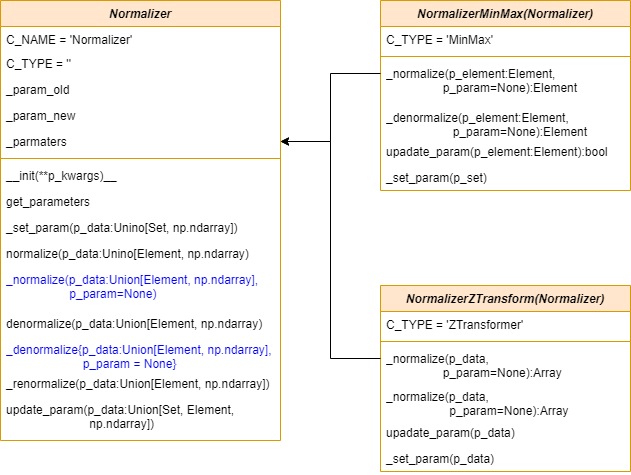
Before: doc/rtd/content/append2/core/images/bf/MLPro-BF-Math-Normalizers_class_diagram.drawio.png, a diagram exported from draw.io (fhswf/MLPro). Source tidied: cells renumbered, new cells last; positions are measured from the earlier drawing's top-left corner, leaving out a move shared by most shapes.
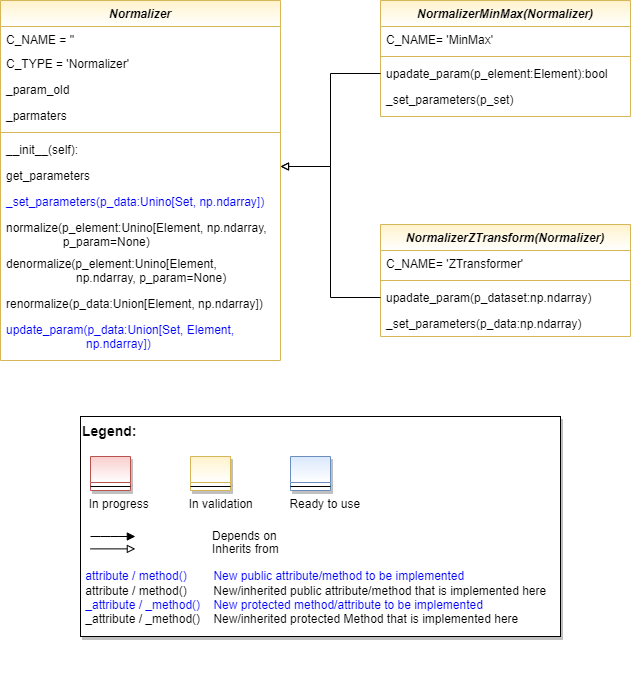
Later version of the same file.

Diff of the diagram source:
```diff
@@ -2,113 +2,134 @@
   <root>
     <mxCell id="0" />
     <mxCell id="1" parent="0" />
-    <mxCell id="2" value="Normalizer" style="swimlane;fontStyle=3;align=center;verticalAlign=top;horizontal=1;startSize=26;rounded=0;shadow=0;strokeWidth=1;fillColor=#ffe6cc;strokeColor=#d79b00;" parent="1" vertex="1">
-      <mxGeometry width="280" height="440" as="geometry" />
+    <mxCell id="2" value="Normalizer" style="swimlane;fontStyle=3;align=center;verticalAlign=top;horizontal=1;startSize=26;rounded=0;shadow=0;strokeWidth=1;fillColor=#fff2cc;strokeColor=#d6b656;gradientColor=#FFFFFF;" parent="1" vertex="1">
+      <mxGeometry width="280" height="360" as="geometry" />
     </mxCell>
-    <mxCell id="3" value="C_NAME = 'Normalizer'" style="text;align=left;verticalAlign=top;spacingLeft=4;spacingRight=4;overflow=hidden;" parent="2" vertex="1">
+    <mxCell id="3" value="C_NAME = ''" style="text;align=left;verticalAlign=top;spacingLeft=4;spacingRight=4;overflow=hidden;" parent="2" vertex="1">
       <mxGeometry y="26" width="280" height="24" as="geometry" />
     </mxCell>
-    <mxCell id="4" value="C_TYPE = ''" style="text;align=left;verticalAlign=top;spacingLeft=4;spacingRight=4;overflow=hidden;rounded=0;shadow=0;html=0;" parent="2" vertex="1">
+    <mxCell id="4" value="C_TYPE = 'Normalizer'" style="text;align=left;verticalAlign=top;spacingLeft=4;spacingRight=4;overflow=hidden;rounded=0;shadow=0;html=0;" parent="2" vertex="1">
       <mxGeometry y="50" width="280" height="26" as="geometry" />
     </mxCell>
     <mxCell id="5" value="_param_old" style="text;align=left;verticalAlign=top;spacingLeft=4;spacingRight=4;overflow=hidden;rounded=0;shadow=0;html=0;" parent="2" vertex="1">
       <mxGeometry y="76" width="280" height="26" as="geometry" />
     </mxCell>
-    <mxCell id="6" value="_param_new" style="text;align=left;verticalAlign=top;spacingLeft=4;spacingRight=4;overflow=hidden;rounded=0;shadow=0;html=0;" parent="2" vertex="1">
-      <mxGeometry y="102" width="280" height="26" as="geometry" />
-    </mxCell>
     <mxCell id="7" value="_parmaters" style="text;align=left;verticalAlign=top;spacingLeft=4;spacingRight=4;overflow=hidden;points=[[0,0.5],[1,0.5]];portConstraint=eastwest;rounded=0;shadow=0;html=0;" parent="2" vertex="1">
-      <mxGeometry y="128" width="280" height="26" as="geometry" />
+      <mxGeometry y="102" width="280" height="26" as="geometry" />
     </mxCell>
-    <mxCell id="8" style="line;html=1;strokeWidth=1;align=left;verticalAlign=middle;spacingTop=-1;spacingLeft=3;spacingRight=3;labelPosition=right;fillColor=#ffe6cc;strokeColor=#d79b00;" parent="2" vertex="1">
-      <mxGeometry y="154" width="280" height="8" as="geometry" />
+    <mxCell id="8" style="line;html=1;strokeWidth=1;align=left;verticalAlign=middle;spacingTop=-1;spacingLeft=3;spacingRight=3;labelPosition=right;fillColor=#fff2cc;strokeColor=#d6b656;gradientColor=#FFFFFF;" parent="2" vertex="1">
+      <mxGeometry y="128" width="280" height="8" as="geometry" />
     </mxCell>
-    <mxCell id="9" value="__init(**p_kwargs)__" style="text;align=left;verticalAlign=top;spacingLeft=4;spacingRight=4;overflow=hidden;" parent="2" vertex="1">
-      <mxGeometry y="162" width="280" height="26" as="geometry" />
+    <mxCell id="9" value="__init__(self):" style="text;align=left;verticalAlign=top;spacingLeft=4;spacingRight=4;overflow=hidden;" parent="2" vertex="1">
+      <mxGeometry y="136" width="280" height="26" as="geometry" />
     </mxCell>
     <mxCell id="10" value="get_parameters" style="text;align=left;verticalAlign=top;spacingLeft=4;spacingRight=4;overflow=hidden;" parent="2" vertex="1">
-      <mxGeometry y="188" width="280" height="26" as="geometry" />
+      <mxGeometry y="162" width="280" height="26" as="geometry" />
     </mxCell>
-    <mxCell id="11" value="_set_param(p_data:Unino[Set, np.ndarray])" style="text;align=left;verticalAlign=top;spacingLeft=4;spacingRight=4;overflow=hidden;fontColor=#000000;" parent="2" vertex="1">
-      <mxGeometry y="214" width="280" height="26" as="geometry" />
+    <mxCell id="11" value="_set_parameters(p_data:Unino[Set, np.ndarray])" style="text;align=left;verticalAlign=top;spacingLeft=4;spacingRight=4;overflow=hidden;fontColor=#0000FF;" parent="2" vertex="1">
+      <mxGeometry y="188" width="280" height="26" as="geometry" />
     </mxCell>
-    <mxCell id="12" value="normalize(p_data:Unino[Element, np.ndarray)" style="text;align=left;verticalAlign=top;spacingLeft=4;spacingRight=4;overflow=hidden;" parent="2" vertex="1">
-      <mxGeometry y="240" width="280" height="26" as="geometry" />
+    <mxCell id="12" value="normalize(p_element:Unino[Element, np.ndarray,                  p_param=None)" style="text;align=left;verticalAlign=top;spacingLeft=4;spacingRight=4;overflow=hidden;whiteSpace=wrap;" parent="2" vertex="1">
+      <mxGeometry y="214" width="280" height="36" as="geometry" />
     </mxCell>
-    <mxCell id="13" value="_normalize(p_data:Union[Element, np.ndarray],                         p_param=None)" style="text;align=left;verticalAlign=top;spacingLeft=4;spacingRight=4;overflow=hidden;fontColor=#0000FF;whiteSpace=wrap;" parent="2" vertex="1">
-      <mxGeometry y="266" width="280" height="44" as="geometry" />
-    </mxCell>
-    <mxCell id="14" value="denormalize(p_data:Union[Element, np.ndarray)" style="text;align=left;verticalAlign=top;spacingLeft=4;spacingRight=4;overflow=hidden;" parent="2" vertex="1">
-      <mxGeometry y="310" width="280" height="26" as="geometry" />
+    <mxCell id="14" value="denormalize(p_element:Unino[Element,                      np.ndarray, p_param=None)" style="text;align=left;verticalAlign=top;spacingLeft=4;spacingRight=4;overflow=hidden;whiteSpace=wrap;" parent="2" vertex="1">
+      <mxGeometry y="250" width="280" height="40" as="geometry" />
     </mxCell>
-    <mxCell id="15" value="_denormalize{p_data:Union[Element, np.ndarray],                         p_param = None}" style="text;align=left;verticalAlign=top;spacingLeft=4;spacingRight=4;overflow=hidden;fontColor=#0000FF;whiteSpace=wrap;" parent="2" vertex="1">
-      <mxGeometry y="336" width="280" height="34" as="geometry" />
-    </mxCell>
-    <mxCell id="16" value="_renormalize(p_data:Union[Element, np.ndarray])" style="text;align=left;verticalAlign=top;spacingLeft=4;spacingRight=4;overflow=hidden;fontColor=#000000;" parent="2" vertex="1">
-      <mxGeometry y="370" width="280" height="26" as="geometry" />
+    <mxCell id="16" value="renormalize(p_data:Union[Element, np.ndarray])" style="text;align=left;verticalAlign=top;spacingLeft=4;spacingRight=4;overflow=hidden;fontColor=#000000;" parent="2" vertex="1">
+      <mxGeometry y="290" width="280" height="26" as="geometry" />
     </mxCell>
-    <mxCell id="17" value="update_param(p_data:Union[Set, Element,                                     np.ndarray])" style="text;align=left;verticalAlign=top;spacingLeft=4;spacingRight=4;overflow=hidden;fontColor=#000000;whiteSpace=wrap;" parent="2" vertex="1">
-      <mxGeometry y="396" width="280" height="44" as="geometry" />
+    <mxCell id="17" value="update_param(p_data:Union[Set, Element,                         np.ndarray])" style="text;align=left;verticalAlign=top;spacingLeft=4;spacingRight=4;overflow=hidden;fontColor=#0000FF;whiteSpace=wrap;" parent="2" vertex="1">
+      <mxGeometry y="316" width="280" height="44" as="geometry" />
     </mxCell>
-    <mxCell id="18" value="NormalizerMinMax(Normalizer)" style="swimlane;fontStyle=3;align=center;verticalAlign=top;horizontal=1;startSize=26;rounded=0;shadow=0;strokeWidth=1;fillColor=#ffe6cc;strokeColor=#d79b00;" parent="1" vertex="1">
-      <mxGeometry x="380" width="250" height="190" as="geometry" />
+    <mxCell id="18" value="NormalizerMinMax(Normalizer)" style="swimlane;fontStyle=3;align=center;verticalAlign=top;horizontal=1;startSize=26;rounded=0;shadow=0;strokeWidth=1;fillColor=#fff2cc;strokeColor=#d6b656;gradientColor=#FFFFFF;" parent="1" vertex="1">
+      <mxGeometry x="380" width="250" height="116" as="geometry" />
     </mxCell>
-    <mxCell id="19" value="C_TYPE = 'MinMax'" style="text;align=left;verticalAlign=top;spacingLeft=4;spacingRight=4;overflow=hidden;rounded=0;shadow=0;html=0;" parent="18" vertex="1">
+    <mxCell id="19" value="C_NAME= 'MinMax'" style="text;align=left;verticalAlign=top;spacingLeft=4;spacingRight=4;overflow=hidden;rounded=0;shadow=0;html=0;" parent="18" vertex="1">
       <mxGeometry y="26" width="250" height="26" as="geometry" />
     </mxCell>
-    <mxCell id="20" style="line;html=1;strokeWidth=1;align=left;verticalAlign=middle;spacingTop=-1;spacingLeft=3;spacingRight=3;labelPosition=right;fillColor=#ffe6cc;strokeColor=#d79b00;" parent="18" vertex="1">
+    <mxCell id="20" style="line;html=1;strokeWidth=1;align=left;verticalAlign=middle;spacingTop=-1;spacingLeft=3;spacingRight=3;labelPosition=right;fillColor=#fff2cc;strokeColor=#d6b656;gradientColor=#FFFFFF;" parent="18" vertex="1">
       <mxGeometry y="52" width="250" height="8" as="geometry" />
     </mxCell>
-    <mxCell id="21" value="_normalize(p_element:Element,                                      p_param=None):Element" style="text;align=left;verticalAlign=top;spacingLeft=4;spacingRight=4;overflow=hidden;fontColor=#000000;whiteSpace=wrap;" parent="18" vertex="1">
-      <mxGeometry y="60" width="250" height="44" as="geometry" />
-    </mxCell>
-    <mxCell id="22" value="_denormalize(p_element:Element,                                    p_param=None):Element" style="text;align=left;verticalAlign=top;spacingLeft=4;spacingRight=4;overflow=hidden;fontColor=#000000;whiteSpace=wrap;" parent="18" vertex="1">
-      <mxGeometry y="104" width="250" height="34" as="geometry" />
-    </mxCell>
     <mxCell id="23" value="upadate_param(p_element:Element):bool" style="text;align=left;verticalAlign=top;spacingLeft=4;spacingRight=4;overflow=hidden;fontColor=#000000;" parent="18" vertex="1">
-      <mxGeometry y="138" width="250" height="26" as="geometry" />
+      <mxGeometry y="60" width="250" height="26" as="geometry" />
     </mxCell>
-    <mxCell id="24" value="_set_param(p_set)" style="text;align=left;verticalAlign=top;spacingLeft=4;spacingRight=4;overflow=hidden;fontColor=#000000;" parent="18" vertex="1">
-      <mxGeometry y="164" width="250" height="26" as="geometry" />
+    <mxCell id="24" value="_set_parameters(p_set)" style="text;align=left;verticalAlign=top;spacingLeft=4;spacingRight=4;overflow=hidden;fontColor=#000000;" parent="18" vertex="1">
+      <mxGeometry y="86" width="250" height="26" as="geometry" />
     </mxCell>
-    <mxCell id="25" style="edgeStyle=orthogonalEdgeStyle;rounded=0;jettySize=auto;html=1;fontColor=#000000;" parent="1" edge="1" target="7">
+    <mxCell id="25" style="edgeStyle=orthogonalEdgeStyle;rounded=0;orthogonalLoop=1;jettySize=auto;html=1;fontColor=#000000;endArrow=block;endFill=0;" parent="1" edge="1">
       <mxGeometry relative="1" as="geometry">
         <mxPoint x="380" y="73" as="sourcePoint" />
+        <mxPoint x="280" y="166" as="targetPoint" />
         <Array as="points">
           <mxPoint x="330" y="73" />
-          <mxPoint x="330" y="141" />
+          <mxPoint x="330" y="166" />
         </Array>
       </mxGeometry>
     </mxCell>
-    <mxCell id="26" value="NormalizerZTransform(Normalizer)" style="swimlane;fontStyle=3;align=center;verticalAlign=top;horizontal=1;startSize=26;rounded=0;shadow=0;strokeWidth=1;fillColor=#ffe6cc;strokeColor=#d79b00;" parent="1" vertex="1">
-      <mxGeometry x="380" y="285" width="250" height="186" as="geometry" />
+    <mxCell id="26" value="NormalizerZTransform(Normalizer)" style="swimlane;fontStyle=3;align=center;verticalAlign=top;horizontal=1;startSize=26;rounded=0;shadow=0;strokeWidth=1;fillColor=#fff2cc;strokeColor=#d6b656;gradientColor=#FFFFFF;" parent="1" vertex="1">
+      <mxGeometry x="380" y="224" width="250" height="112" as="geometry" />
     </mxCell>
-    <mxCell id="27" value="C_TYPE = 'ZTransformer'" style="text;align=left;verticalAlign=top;spacingLeft=4;spacingRight=4;overflow=hidden;rounded=0;shadow=0;html=0;" parent="26" vertex="1">
+    <mxCell id="27" value="C_NAME= 'ZTransformer'" style="text;align=left;verticalAlign=top;spacingLeft=4;spacingRight=4;overflow=hidden;rounded=0;shadow=0;html=0;" parent="26" vertex="1">
       <mxGeometry y="26" width="250" height="26" as="geometry" />
     </mxCell>
-    <mxCell id="28" style="line;html=1;strokeWidth=1;align=left;verticalAlign=middle;spacingTop=-1;spacingLeft=3;spacingRight=3;labelPosition=right;fillColor=#ffe6cc;strokeColor=#d79b00;" parent="26" vertex="1">
+    <mxCell id="28" style="line;html=1;strokeWidth=1;align=left;verticalAlign=middle;spacingTop=-1;spacingLeft=3;spacingRight=3;labelPosition=right;fillColor=#fff2cc;strokeColor=#d6b656;gradientColor=#FFFFFF;" parent="26" vertex="1">
       <mxGeometry y="52" width="250" height="8" as="geometry" />
     </mxCell>
-    <mxCell id="29" value="_normalize(p_data,                                                           p_param=None):Array" style="text;align=left;verticalAlign=top;spacingLeft=4;spacingRight=4;overflow=hidden;fontColor=#000000;whiteSpace=wrap;" parent="26" vertex="1">
-      <mxGeometry y="60" width="250" height="38" as="geometry" />
-    </mxCell>
-    <mxCell id="30" value="_normalize(p_data,                                                      p_param=None):Array" style="text;align=left;verticalAlign=top;spacingLeft=4;spacingRight=4;overflow=hidden;fontColor=#000000;whiteSpace=wrap;" parent="26" vertex="1">
-      <mxGeometry y="98" width="250" height="36" as="geometry" />
-    </mxCell>
-    <mxCell id="31" value="upadate_param(p_data)" style="text;align=left;verticalAlign=top;spacingLeft=4;spacingRight=4;overflow=hidden;points=[[0,0.5],[1,0.5]];portConstraint=eastwest;fontColor=#000000;" parent="26" vertex="1">
-      <mxGeometry y="134" width="250" height="26" as="geometry" />
+    <mxCell id="31" value="upadate_param(p_dataset:np.ndarray)" style="text;align=left;verticalAlign=top;spacingLeft=4;spacingRight=4;overflow=hidden;points=[[0,0.5],[1,0.5]];portConstraint=eastwest;fontColor=#000000;" parent="26" vertex="1">
+      <mxGeometry y="60" width="250" height="26" as="geometry" />
     </mxCell>
-    <mxCell id="32" value="_set_param(p_data)" style="text;align=left;verticalAlign=top;spacingLeft=4;spacingRight=4;overflow=hidden;fontColor=#000000;" parent="26" vertex="1">
-      <mxGeometry y="160" width="250" height="26" as="geometry" />
+    <mxCell id="32" value="_set_parameters(p_data:np.ndarray)" style="text;align=left;verticalAlign=top;spacingLeft=4;spacingRight=4;overflow=hidden;fontColor=#000000;" parent="26" vertex="1">
+      <mxGeometry y="86" width="250" height="26" as="geometry" />
     </mxCell>
-    <mxCell id="33" style="edgeStyle=orthogonalEdgeStyle;rounded=0;jettySize=auto;html=1;fontColor=#000000;entryX=1;entryY=0.5;entryDx=0;entryDy=0;" parent="1" edge="1" target="7">
+    <mxCell id="33" style="edgeStyle=orthogonalEdgeStyle;rounded=0;jettySize=auto;html=1;fontColor=#000000;endArrow=block;endFill=0;exitX=0;exitY=0.5;exitDx=0;exitDy=0;" parent="1" edge="1" source="31">
       <mxGeometry relative="1" as="geometry">
-        <mxPoint x="380" y="358" as="sourcePoint" />
+        <mxPoint x="280" y="166" as="targetPoint" />
         <Array as="points">
-          <mxPoint x="330" y="358" />
-          <mxPoint x="330" y="141" />
+          <mxPoint x="330" y="297" />
+          <mxPoint x="330" y="166" />
         </Array>
       </mxGeometry>
     </mxCell>
+    <mxCell id="34" style="group;" parent="1" vertex="1">
+      <mxGeometry x="80" y="416" width="480" height="220" as="geometry" />
+    </mxCell>
+    <mxCell id="35" value="&lt;font color=&quot;#000000&quot; size=&quot;1&quot;&gt;&lt;b style=&quot;font-size: 14px&quot;&gt;Legend:&lt;br&gt;&lt;/b&gt;&lt;/font&gt;&lt;br&gt;&lt;br&gt;&lt;br&gt;&lt;font color=&quot;#0000ff&quot; style=&quot;font-size: 6px&quot;&gt;&lt;br&gt;&lt;/font&gt;&lt;span style=&quot;color: rgb(0 , 0 , 0)&quot;&gt;&lt;font style=&quot;font-size: 4px&quot;&gt;&amp;nbsp; &amp;nbsp;&lt;/font&gt;&amp;nbsp;In progress&amp;nbsp; &amp;nbsp; &amp;nbsp; &amp;nbsp; &amp;nbsp; &amp;nbsp; In validation&amp;nbsp; &amp;nbsp; &amp;nbsp; &amp;nbsp; &amp;nbsp; &amp;nbsp;Ready to use&lt;/span&gt;&lt;font color=&quot;#000000&quot;&gt;&amp;nbsp;&lt;br&gt;&lt;/font&gt;&lt;font color=&quot;#0000ff&quot;&gt;&lt;br&gt;&lt;br&gt;&lt;br&gt;&lt;br&gt;&amp;nbsp;attribute / method()&amp;nbsp; &amp;nbsp; &amp;nbsp; &amp;nbsp; New public attribute/method to be implemented&lt;/font&gt;&lt;br&gt;&lt;font color=&quot;#000000&quot;&gt;&amp;nbsp;&lt;/font&gt;&lt;font color=&quot;#000000&quot;&gt;attribute / method()&lt;span&gt;&#9;&lt;/span&gt;&amp;nbsp; &amp;nbsp; &amp;nbsp; &amp;nbsp;New/inherited public attribute/method that is implemented here&lt;br&gt;&lt;/font&gt;&lt;font color=&quot;#0000ff&quot;&gt;&amp;nbsp;_attribute /&amp;nbsp;&lt;/font&gt;&lt;font color=&quot;#0000ff&quot;&gt;_method()&amp;nbsp; &amp;nbsp; New protected method/attribute to be implemented&lt;/font&gt;&lt;br&gt;&lt;font color=&quot;#000000&quot;&gt;&amp;nbsp;_attribute / _method()&amp;nbsp; &amp;nbsp; New/inherited protected Method that is implemented here&lt;br&gt;&lt;/font&gt;&lt;font color=&quot;#000000&quot;&gt;&lt;br&gt;&lt;br&gt;&lt;br&gt;&lt;br&gt;&lt;br&gt;&lt;/font&gt;" style="text;html=1;align=left;verticalAlign=top;whiteSpace=wrap;rounded=0;fontColor=#006600;strokeColor=#000000;shadow=1;fillColor=#ffffff;" parent="34" vertex="1">
+      <mxGeometry width="480" height="220" as="geometry" />
+    </mxCell>
+    <mxCell id="36" value="Depends on" style="endArrow=block;html=1;labelPosition=right;verticalLabelPosition=middle;align=left;verticalAlign=middle;endFill=1;fontSize=12;" parent="34" edge="1">
+      <mxGeometry x="-1590" y="-2180" as="geometry">
+        <mxPoint x="10" y="120" as="sourcePoint" />
+        <mxPoint x="54.8" y="120" as="targetPoint" />
+        <Array as="points">
+          <mxPoint x="30" y="120" />
+        </Array>
+        <mxPoint x="98" as="offset" />
+      </mxGeometry>
+    </mxCell>
+    <mxCell id="37" value="Inherits from" style="endArrow=block;html=1;labelPosition=right;verticalLabelPosition=middle;align=left;verticalAlign=middle;endFill=0;fontSize=12;" parent="34" edge="1">
+      <mxGeometry x="-1590" y="-2180" as="geometry">
+        <mxPoint x="10" y="132.4" as="sourcePoint" />
+        <mxPoint x="54.8" y="132.4" as="targetPoint" />
+        <mxPoint x="98" y="1" as="offset" />
+      </mxGeometry>
+    </mxCell>
+    <mxCell id="38" style="swimlane;fontStyle=3;align=center;verticalAlign=top;horizontal=1;startSize=26;rounded=0;shadow=1;strokeWidth=1;fillColor=#f8cecc;strokeColor=#b85450;gradientColor=#ffffff;swimlaneFillColor=#ffffff;" parent="34" vertex="1">
+      <mxGeometry x="10" y="40" width="40" height="34" as="geometry" />
+    </mxCell>
+    <mxCell id="39" style="line;html=1;strokeWidth=1;align=left;verticalAlign=middle;spacingTop=-1;spacingLeft=3;spacingRight=3;labelPosition=right;" parent="38" vertex="1">
+      <mxGeometry y="26" width="40" height="8" as="geometry" />
+    </mxCell>
+    <mxCell id="40" style="swimlane;fontStyle=3;align=center;verticalAlign=top;horizontal=1;startSize=26;rounded=0;shadow=1;strokeWidth=1;fillColor=#fff2cc;strokeColor=#d6b656;gradientColor=#ffffff;swimlaneFillColor=#ffffff;" parent="34" vertex="1">
+      <mxGeometry x="110" y="40" width="40" height="34" as="geometry" />
+    </mxCell>
+    <mxCell id="41" style="line;html=1;strokeWidth=1;align=left;verticalAlign=middle;spacingTop=-1;spacingLeft=3;spacingRight=3;labelPosition=right;" parent="40" vertex="1">
+      <mxGeometry y="26" width="40" height="8" as="geometry" />
+    </mxCell>
+    <mxCell id="42" style="swimlane;fontStyle=3;align=center;verticalAlign=top;horizontal=1;startSize=26;rounded=0;shadow=1;strokeWidth=1;fillColor=#dae8fc;strokeColor=#6c8ebf;gradientColor=#ffffff;swimlaneFillColor=#ffffff;" parent="34" vertex="1">
+      <mxGeometry x="210" y="40" width="40" height="34" as="geometry" />
+    </mxCell>
+    <mxCell id="43" style="line;html=1;strokeWidth=1;align=left;verticalAlign=middle;spacingTop=-1;spacingLeft=3;spacingRight=3;labelPosition=right;" parent="42" vertex="1">
+      <mxGeometry y="26" width="40" height="8" as="geometry" />
+    </mxCell>
   </root>
 </mxGraphModel>
```
